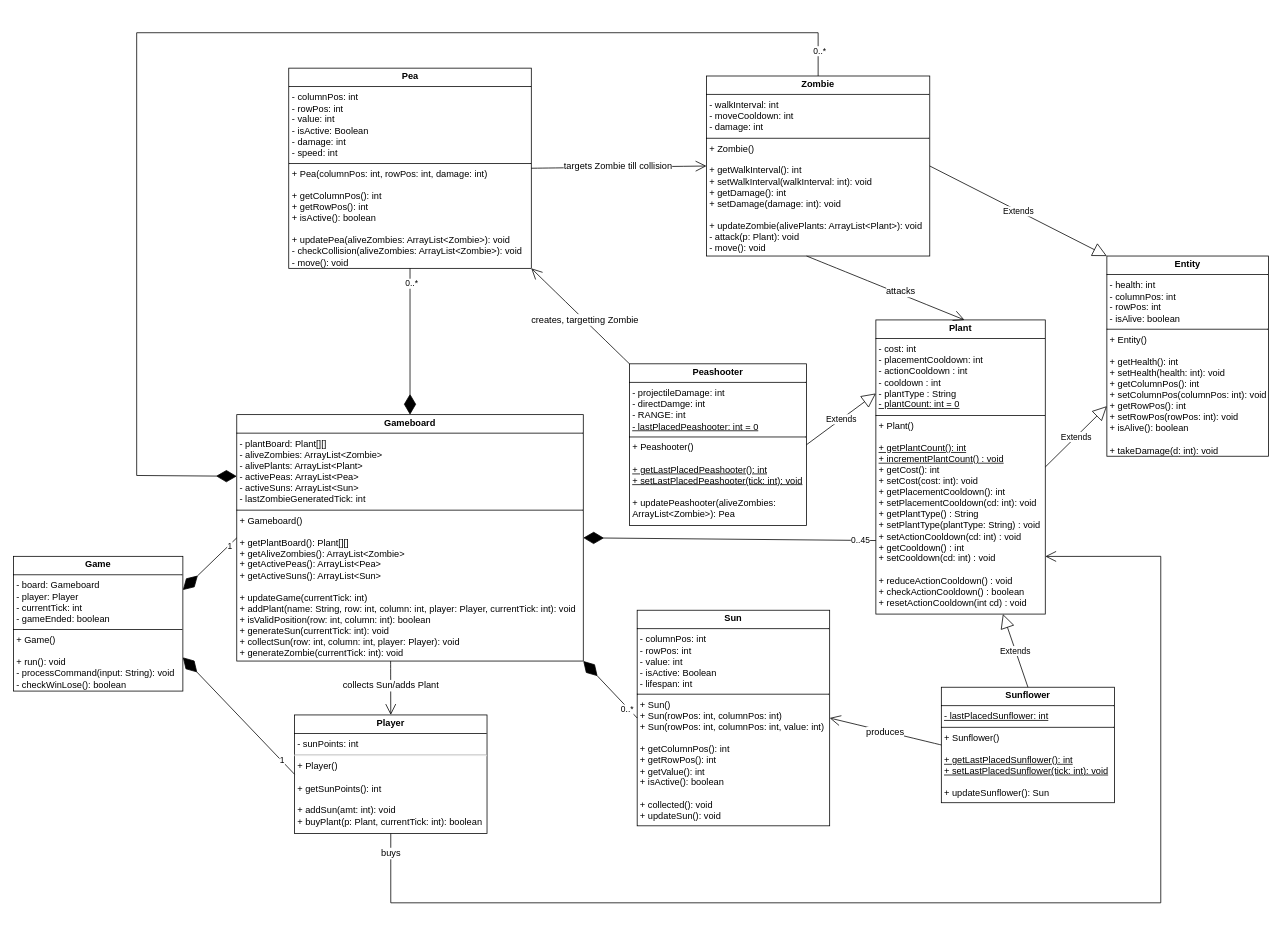
The draw.io diagram pvz-uml.drawio in gabespineli/plants-vs-zombies, before the edit. Source tidied: cells renumbered, new cells numbered last; positions are measured from the earlier drawing's top-left corner, leaving out a move shared by most shapes. Both pictures are drawn from the tidied source at 77%, with x=0, y=0 at pixel (13, 32).
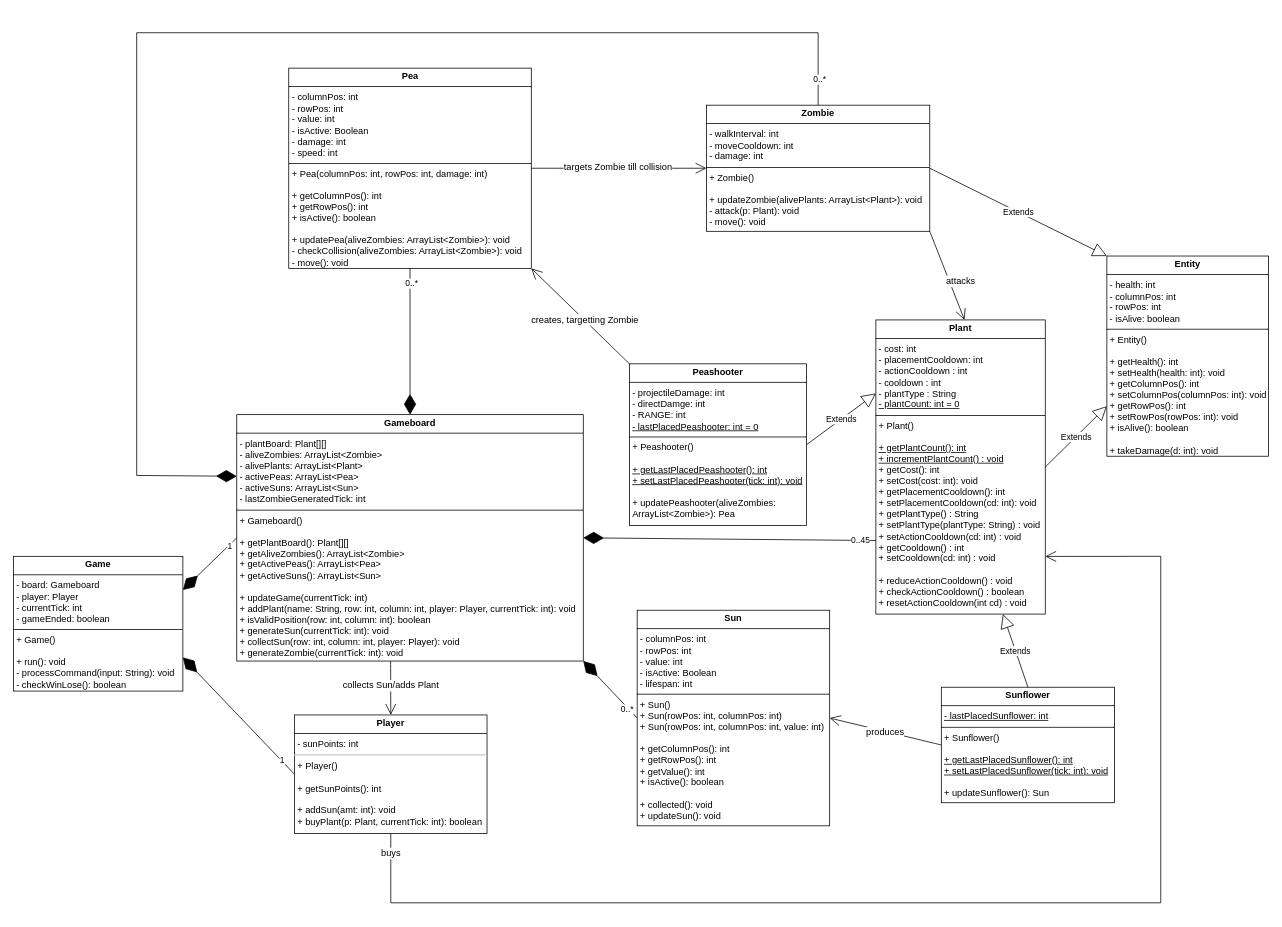
The same page after the edit.

Diff of the diagram source:
```diff
@@
-    <mxCell id="2" value="&lt;p style=&quot;margin:0px;margin-top:4px;text-align:center;&quot;&gt;&lt;b&gt;Zombie&lt;/b&gt;&lt;/p&gt;&lt;hr size=&quot;1&quot; style=&quot;border-style:solid;&quot;&gt;&lt;p style=&quot;margin:0px;margin-left:4px;&quot;&gt;- walkInterval: int&lt;/p&gt;&lt;p style=&quot;margin:0px;margin-left:4px;&quot;&gt;- moveCooldown: int&lt;/p&gt;&lt;p style=&quot;margin:0px;margin-left:4px;&quot;&gt;- damage: int&lt;/p&gt;&lt;hr size=&quot;1&quot; style=&quot;border-style:solid;&quot;&gt;&lt;p style=&quot;margin:0px;margin-left:4px;&quot;&gt;+ Zombie()&lt;/p&gt;&lt;p style=&quot;margin:0px;margin-left:4px;&quot;&gt;&lt;br&gt;&lt;/p&gt;&lt;p style=&quot;margin:0px;margin-left:4px;&quot;&gt;+ getWalkInterval(): int&lt;/p&gt;&lt;p style=&quot;margin:0px;margin-left:4px;&quot;&gt;+ setWalkInterval(walkInterval: int): void&lt;/p&gt;&lt;p style=&quot;margin: 0px 0px 0px 4px;&quot;&gt;+ getDamage(): int&lt;/p&gt;&lt;p style=&quot;margin: 0px 0px 0px 4px;&quot;&gt;+ setDamage(damage: int): void&lt;/p&gt;&lt;p style=&quot;margin: 0px 0px 0px 4px;&quot;&gt;&lt;br&gt;&lt;/p&gt;&lt;p style=&quot;margin: 0px 0px 0px 4px;&quot;&gt;+ updateZombie(alivePlants: ArrayList&amp;lt;Plant&amp;gt;): void&lt;/p&gt;&lt;p style=&quot;margin: 0px 0px 0px 4px;&quot;&gt;- attack(p: Plant): void&lt;/p&gt;&lt;p style=&quot;margin: 0px 0px 0px 4px;&quot;&gt;- move(): void&lt;/p&gt;" style="verticalAlign=top;align=left;overflow=fill;html=1;whiteSpace=wrap;" parent="1" vertex="1">
-      <mxGeometry x="900" y="56.2" width="290" height="233.8" as="geometry" />
+    <mxCell id="2" value="&lt;p style=&quot;margin:0px;margin-top:4px;text-align:center;&quot;&gt;&lt;b&gt;Zombie&lt;/b&gt;&lt;/p&gt;&lt;hr size=&quot;1&quot; style=&quot;border-style:solid;&quot;&gt;&lt;p style=&quot;margin:0px;margin-left:4px;&quot;&gt;- walkInterval: int&lt;/p&gt;&lt;p style=&quot;margin:0px;margin-left:4px;&quot;&gt;- moveCooldown: int&lt;/p&gt;&lt;p style=&quot;margin:0px;margin-left:4px;&quot;&gt;- damage: int&lt;/p&gt;&lt;hr size=&quot;1&quot; style=&quot;border-style:solid;&quot;&gt;&lt;p style=&quot;margin:0px;margin-left:4px;&quot;&gt;+ Zombie()&lt;/p&gt;&lt;p style=&quot;margin: 0px 0px 0px 4px;&quot;&gt;&lt;br&gt;&lt;/p&gt;&lt;p style=&quot;margin: 0px 0px 0px 4px;&quot;&gt;+ updateZombie(alivePlants: ArrayList&amp;lt;Plant&amp;gt;): void&lt;/p&gt;&lt;p style=&quot;margin: 0px 0px 0px 4px;&quot;&gt;- attack(p: Plant): void&lt;/p&gt;&lt;p style=&quot;margin: 0px 0px 0px 4px;&quot;&gt;- move(): void&lt;/p&gt;" style="verticalAlign=top;align=left;overflow=fill;html=1;whiteSpace=wrap;" parent="1" vertex="1">
+      <mxGeometry x="900" y="94.1" width="290" height="163.8" as="geometry" />
     </mxCell>
@@
-    <mxCell id="38" style="endArrow=open;endFill=1;endSize=12;html=1;rounded=0;fontSize=12;curved=1;entryX=0.5;entryY=0;entryDx=0;entryDy=0;" parent="1" edge="1">
+    <mxCell id="38" style="endArrow=open;endFill=1;endSize=12;html=1;rounded=0;fontSize=12;curved=1;entryX=0.5;entryY=0;entryDx=0;entryDy=0;exitX=1;exitY=1;exitDx=0;exitDy=0;" parent="1" edge="1" source="2">
       <mxGeometry relative="1" as="geometry">
-        <mxPoint x="1030" y="290" as="sourcePoint" />
         <mxPoint x="1235.1" y="373" as="targetPoint" />
       </mxGeometry>
     </mxCell>
```
